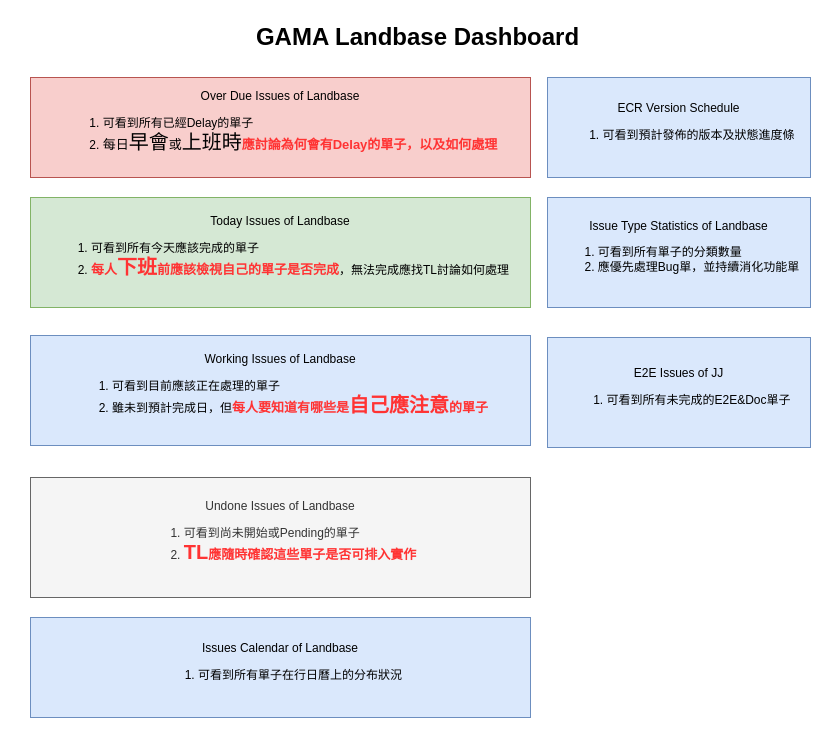
This is Landbase Dashbase.drawio from pingle1202/JiraFlow, a draw.io file, before an edit. Source tidied: cells renumbered, new cells numbered last; positions are measured from the earlier drawing's top-left corner, leaving out a move shared by most shapes. Both pictures are drawn from the tidied source at 100%, with x=0, y=0 at pixel (17, 17).
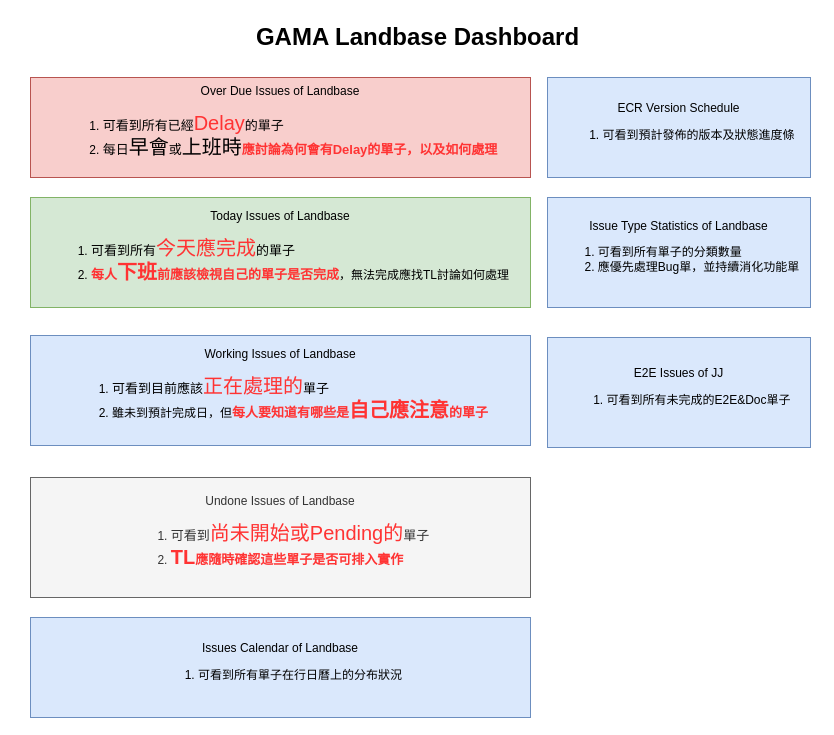
Above is the later version.

What changed in the source:
```diff
@@
 <mxGraphModel>
   <root>
     <mxCell id="0" />
     <mxCell id="1" parent="0" />
-    <mxCell id="2" value="Over Due Issues of Landbase&lt;br&gt;&lt;ol&gt;&lt;li style=&quot;text-align: left&quot;&gt;可看到所有已經Delay的單子&lt;/li&gt;&lt;li style=&quot;text-align: left&quot;&gt;&lt;span style=&quot;font-size: 13px&quot;&gt;每日&lt;/span&gt;&lt;font style=&quot;font-size: 20px&quot;&gt;早會&lt;/font&gt;&lt;span style=&quot;font-size: 13px&quot;&gt;或&lt;/span&gt;&lt;font style=&quot;font-size: 20px&quot;&gt;上班時&lt;/font&gt;&lt;font color=&quot;#ff3333&quot; style=&quot;font-size: 13px&quot;&gt;&lt;b&gt;應討論為何會有Delay的單子，以及如何處理&lt;/b&gt;&lt;/font&gt;&lt;/li&gt;&lt;/ol&gt;" style="rounded=0;whiteSpace=wrap;html=1;fillColor=#f8cecc;strokeColor=#b85450;" parent="1" vertex="1">
+    <mxCell id="2" value="Over Due Issues of Landbase&lt;br&gt;&lt;ol&gt;&lt;li style=&quot;text-align: left&quot;&gt;&lt;span style=&quot;font-size: 13px&quot;&gt;可看到所有已經&lt;/span&gt;&lt;font style=&quot;font-size: 20px&quot; color=&quot;#ff3333&quot;&gt;Delay&lt;/font&gt;&lt;span style=&quot;font-size: 13px&quot;&gt;的單子&lt;/span&gt;&lt;/li&gt;&lt;li style=&quot;text-align: left&quot;&gt;&lt;span style=&quot;font-size: 13px&quot;&gt;每日&lt;/span&gt;&lt;font style=&quot;font-size: 20px&quot;&gt;早會&lt;/font&gt;&lt;span style=&quot;font-size: 13px&quot;&gt;或&lt;/span&gt;&lt;font style=&quot;font-size: 20px&quot;&gt;上班時&lt;/font&gt;&lt;font color=&quot;#ff3333&quot; style=&quot;font-size: 13px&quot;&gt;&lt;b&gt;應討論為何會有Delay的單子，以及如何處理&lt;/b&gt;&lt;/font&gt;&lt;/li&gt;&lt;/ol&gt;" style="rounded=0;whiteSpace=wrap;html=1;fillColor=#f8cecc;strokeColor=#b85450;" parent="1" vertex="1">
       <mxGeometry x="13" y="60" width="500" height="100" as="geometry" />
     </mxCell>
     <mxCell id="3" value="ECR Version Schedule&lt;br&gt;&lt;div style=&quot;text-align: left&quot;&gt;&lt;ol&gt;&lt;li&gt;可看到預計發佈的版本及狀態進度條&lt;/li&gt;&lt;/ol&gt;&lt;/div&gt;" style="rounded=0;whiteSpace=wrap;html=1;fillColor=#dae8fc;strokeColor=#6c8ebf;" parent="1" vertex="1">
       <mxGeometry x="530" y="60" width="263" height="100" as="geometry" />
     </mxCell>
-    <mxCell id="4" value="Today Issues of Landbase&lt;br&gt;&lt;ol&gt;&lt;li style=&quot;text-align: left&quot;&gt;可看到所有今天應該完成的單子&lt;/li&gt;&lt;li style=&quot;text-align: left&quot;&gt;&lt;font color=&quot;#ff3333&quot;&gt;&lt;b&gt;&lt;span style=&quot;font-size: 13px&quot;&gt;每人&lt;/span&gt;&lt;font style=&quot;font-size: 20px&quot;&gt;下班&lt;/font&gt;&lt;span style=&quot;font-size: 13px&quot;&gt;前應該檢視自己的單子是否完成&lt;/span&gt;&lt;/b&gt;&lt;/font&gt;，無法完成應找TL討論如何處理&lt;/li&gt;&lt;/ol&gt;" style="rounded=0;whiteSpace=wrap;html=1;fillColor=#d5e8d4;strokeColor=#82b366;" parent="1" vertex="1">
+    <mxCell id="4" value="Today Issues of Landbase&lt;br&gt;&lt;ol&gt;&lt;li style=&quot;text-align: left&quot;&gt;&lt;span style=&quot;font-size: 13px&quot;&gt;可看到所有&lt;/span&gt;&lt;font style=&quot;font-size: 20px&quot; color=&quot;#ff3333&quot;&gt;今天應完成&lt;/font&gt;&lt;span style=&quot;font-size: 13px&quot;&gt;的單子&lt;/span&gt;&lt;/li&gt;&lt;li style=&quot;text-align: left&quot;&gt;&lt;font color=&quot;#ff3333&quot;&gt;&lt;b&gt;&lt;span style=&quot;font-size: 13px&quot;&gt;每人&lt;/span&gt;&lt;font style=&quot;font-size: 20px&quot;&gt;下班&lt;/font&gt;&lt;span style=&quot;font-size: 13px&quot;&gt;前應該檢視自己的單子是否完成&lt;/span&gt;&lt;/b&gt;&lt;/font&gt;，無法完成應找TL討論如何處理&lt;/li&gt;&lt;/ol&gt;" style="rounded=0;whiteSpace=wrap;html=1;fillColor=#d5e8d4;strokeColor=#82b366;" parent="1" vertex="1">
       <mxGeometry x="13" y="180" width="500" height="110" as="geometry" />
     </mxCell>
     <mxCell id="5" value="Issue Type Statistics of Landbase&lt;br&gt;&lt;div style=&quot;text-align: left&quot;&gt;&lt;ol&gt;&lt;li&gt;可看到所有單子的分類數量&lt;/li&gt;&lt;li&gt;應優先處理Bug單，並持續消化功能單&lt;/li&gt;&lt;/ol&gt;&lt;/div&gt;" style="rounded=0;whiteSpace=wrap;html=1;fillColor=#dae8fc;strokeColor=#6c8ebf;" parent="1" vertex="1">
       <mxGeometry x="530" y="180" width="263" height="110" as="geometry" />
     </mxCell>
     <mxCell id="6" value="E2E Issues of JJ&lt;br&gt;&lt;ol&gt;&lt;li style=&quot;text-align: left&quot;&gt;可看到所有未完成的E2E&amp;amp;Doc單子&lt;/li&gt;&lt;/ol&gt;" style="rounded=0;whiteSpace=wrap;html=1;fillColor=#dae8fc;strokeColor=#6c8ebf;" parent="1" vertex="1">
       <mxGeometry x="530" y="320" width="263" height="110" as="geometry" />
     </mxCell>
-    <mxCell id="7" value="Working Issues of Landbase&lt;br&gt;&lt;ol&gt;&lt;li style=&quot;text-align: left&quot;&gt;可看到目前應該正在處理的單子&lt;/li&gt;&lt;li style=&quot;text-align: left&quot;&gt;雖未到預計完成日，但&lt;b&gt;&lt;font color=&quot;#ff3333&quot;&gt;&lt;span style=&quot;font-size: 13px&quot;&gt;每人要知道有哪些是&lt;/span&gt;&lt;font style=&quot;font-size: 20px&quot;&gt;自己應注意&lt;/font&gt;&lt;span style=&quot;font-size: 13px&quot;&gt;的單子&lt;/span&gt;&lt;/font&gt;&lt;/b&gt;&lt;/li&gt;&lt;/ol&gt;" style="rounded=0;whiteSpace=wrap;html=1;fillColor=#dae8fc;strokeColor=#6c8ebf;" parent="1" vertex="1">
+    <mxCell id="7" value="Working Issues of Landbase&lt;br&gt;&lt;ol&gt;&lt;li style=&quot;text-align: left&quot;&gt;&lt;span style=&quot;font-size: 13px&quot;&gt;可看到目前應該&lt;/span&gt;&lt;font style=&quot;font-size: 20px&quot; color=&quot;#ff3333&quot;&gt;正在處理的&lt;/font&gt;&lt;span style=&quot;font-size: 13px&quot;&gt;單子&lt;/span&gt;&lt;/li&gt;&lt;li style=&quot;text-align: left&quot;&gt;雖未到預計完成日，但&lt;b&gt;&lt;font color=&quot;#ff3333&quot;&gt;&lt;span style=&quot;font-size: 13px&quot;&gt;每人要知道有哪些是&lt;/span&gt;&lt;font style=&quot;font-size: 20px&quot;&gt;自己應注意&lt;/font&gt;&lt;span style=&quot;font-size: 13px&quot;&gt;的單子&lt;/span&gt;&lt;/font&gt;&lt;/b&gt;&lt;/li&gt;&lt;/ol&gt;" style="rounded=0;whiteSpace=wrap;html=1;fillColor=#dae8fc;strokeColor=#6c8ebf;" parent="1" vertex="1">
       <mxGeometry x="13" y="318" width="500" height="110" as="geometry" />
     </mxCell>
-    <mxCell id="8" value="Undone Issues of Landbase&lt;br&gt;&lt;ol&gt;&lt;li style=&quot;text-align: left&quot;&gt;可看到尚未開始或Pending的單子&lt;/li&gt;&lt;li style=&quot;text-align: left&quot;&gt;&lt;b&gt;&lt;font color=&quot;#ff3333&quot;&gt;&lt;font style=&quot;font-size: 20px&quot;&gt;TL&lt;/font&gt;&lt;span style=&quot;font-size: 13px&quot;&gt;應隨時確認這些單子是否可排入實作&lt;/span&gt;&lt;/font&gt;&lt;/b&gt;&lt;/li&gt;&lt;/ol&gt;" style="rounded=0;whiteSpace=wrap;html=1;fillColor=#f5f5f5;strokeColor=#666666;fontColor=#333333;" parent="1" vertex="1">
+    <mxCell id="8" value="Undone Issues of Landbase&lt;br&gt;&lt;ol&gt;&lt;li style=&quot;text-align: left&quot;&gt;&lt;span style=&quot;font-size: 13px&quot;&gt;可看到&lt;/span&gt;&lt;font style=&quot;font-size: 20px&quot; color=&quot;#ff3333&quot;&gt;尚未開始或Pending的&lt;/font&gt;&lt;span style=&quot;font-size: 13px&quot;&gt;單子&lt;/span&gt;&lt;/li&gt;&lt;li style=&quot;text-align: left&quot;&gt;&lt;b&gt;&lt;font color=&quot;#ff3333&quot;&gt;&lt;font style=&quot;font-size: 20px&quot;&gt;TL&lt;/font&gt;&lt;span style=&quot;font-size: 13px&quot;&gt;應隨時確認這些單子是否可排入實作&lt;/span&gt;&lt;/font&gt;&lt;/b&gt;&lt;/li&gt;&lt;/ol&gt;" style="rounded=0;whiteSpace=wrap;html=1;fillColor=#f5f5f5;strokeColor=#666666;fontColor=#333333;" parent="1" vertex="1">
       <mxGeometry x="13" y="460" width="500" height="120" as="geometry" />
     </mxCell>
     <mxCell id="9" value="Issues Calendar of Landbase&lt;br&gt;&lt;ol&gt;&lt;li style=&quot;text-align: left&quot;&gt;可看到所有單子在行日曆上的分布狀況&lt;/li&gt;&lt;/ol&gt;" style="rounded=0;whiteSpace=wrap;html=1;fillColor=#dae8fc;strokeColor=#6c8ebf;" parent="1" vertex="1">
       <mxGeometry x="13" y="600" width="500" height="100" as="geometry" />
     </mxCell>
     <mxCell id="10" value="GAMA Landbase Dashboard" style="text;strokeColor=none;fillColor=none;html=1;fontSize=24;fontStyle=1;verticalAlign=middle;align=center;" parent="1" vertex="1">
       <mxGeometry width="800" height="40" as="geometry" />
     </mxCell>
   </root>
 </mxGraphModel>
```
